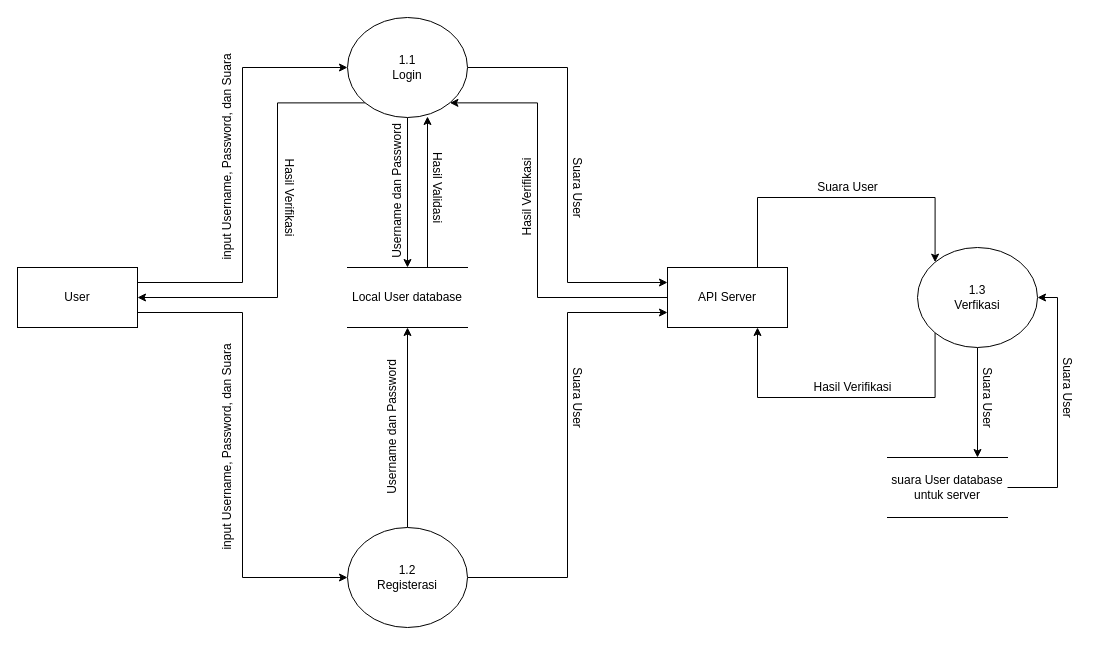
The draw.io diagram DFD.drawio in karageee/Login-system-and-gmm-voice-auth, before the edit. Source tidied: cells renumbered, new cells numbered last; positions are measured from the earlier drawing's top-left corner, leaving out a move shared by most shapes. Both pictures are drawn from the tidied source at 100%, with x=0, y=0 at pixel (17, 17).
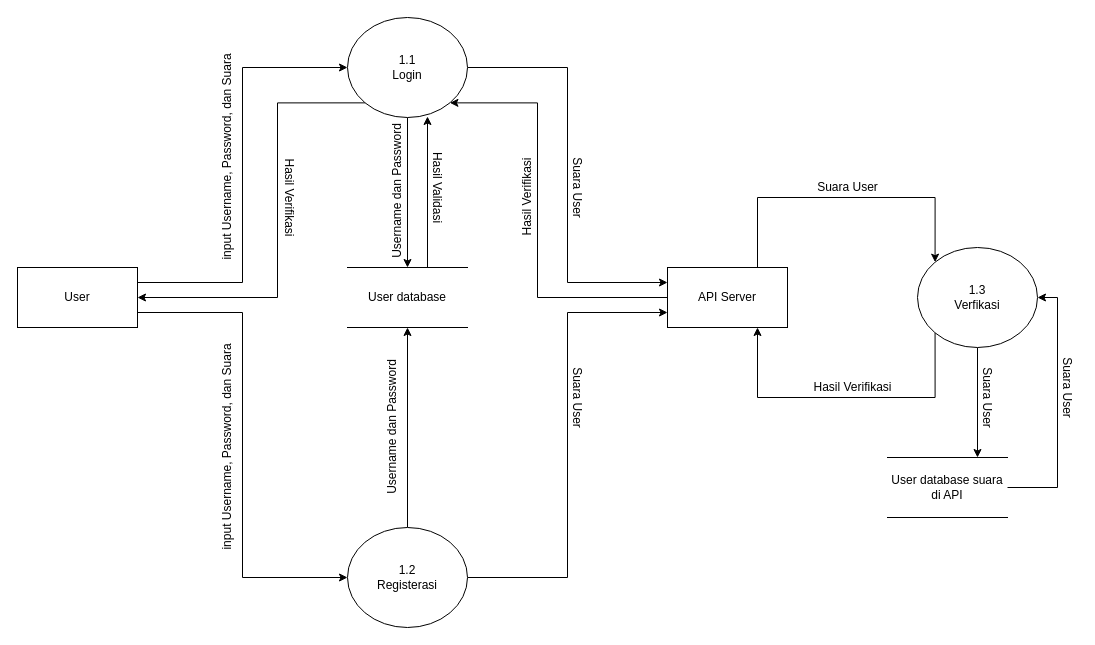
The same page after the edit.

Change to the diagram source:
```diff
@@
-    <mxCell id="19" value="Local User database" style="shape=partialRectangle;whiteSpace=wrap;html=1;left=0;right=0;fillColor=none;" parent="1" vertex="1">
+    <mxCell id="19" value="User database" style="shape=partialRectangle;whiteSpace=wrap;html=1;left=0;right=0;fillColor=none;" parent="1" vertex="1">
       <mxGeometry x="330" y="250" width="120" height="60" as="geometry" />
     </mxCell>
@@
-    <mxCell id="21" value="suara User database untuk server" style="shape=partialRectangle;whiteSpace=wrap;html=1;left=0;right=0;fillColor=none;" parent="1" vertex="1">
+    <mxCell id="21" value="User database suara di API" style="shape=partialRectangle;whiteSpace=wrap;html=1;left=0;right=0;fillColor=none;" parent="1" vertex="1">
       <mxGeometry x="870" y="440" width="120" height="60" as="geometry" />
     </mxCell>
```
